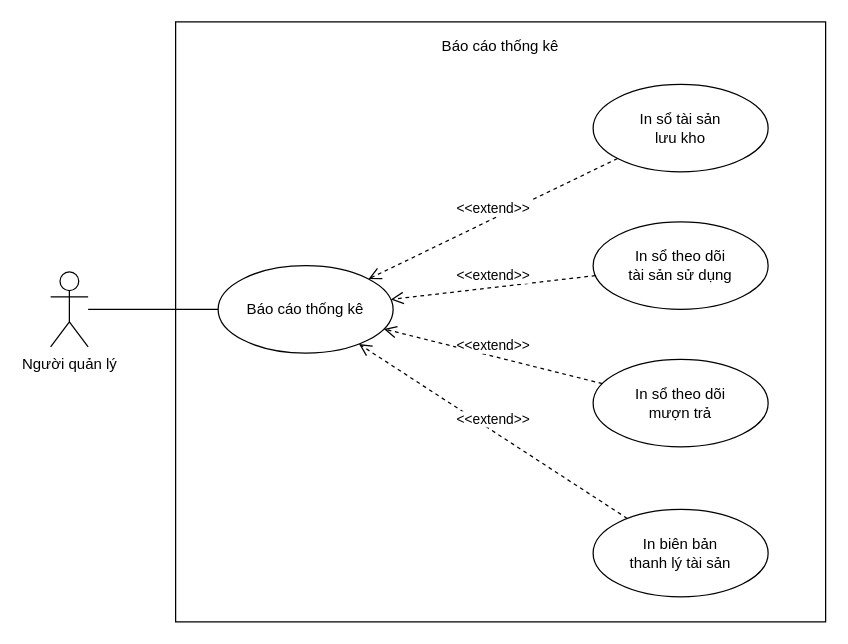
This is page "BCThongKe" (3 of 5) of PJ 2B usecase diagram.drawio from LocalHost127000/OODA, a draw.io file, before an edit. Source tidied: cells renumbered, new cells numbered last; positions are measured from the earlier drawing's top-left corner, leaving out a move shared by most shapes. Both pictures are drawn from the tidied source at 125%, with x=0, y=0 at pixel (50, 21).
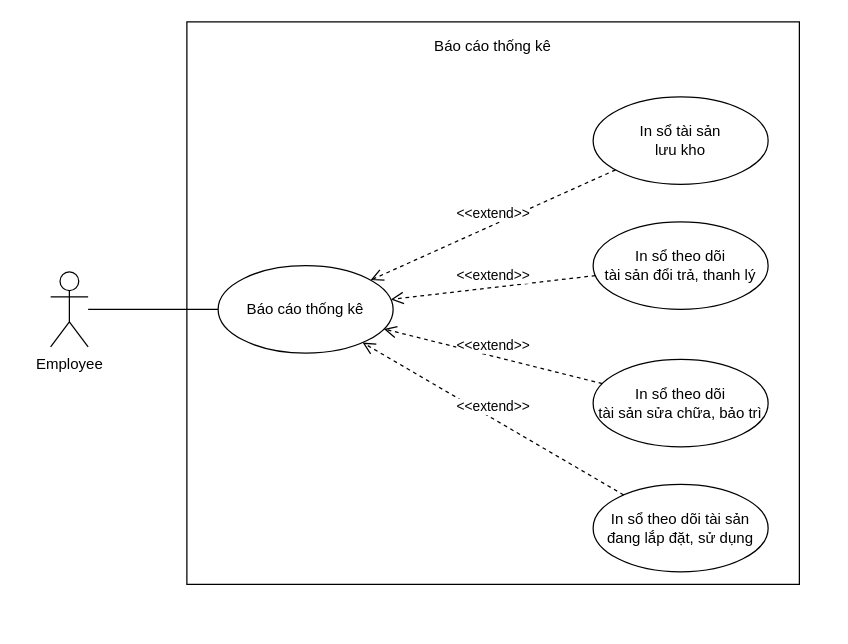
The same diagram, later.

Change to the diagram source:
```diff
@@
 <mxGraphModel>
   <root>
     <mxCell id="0" />
     <mxCell id="1" parent="0" />
     <mxCell id="2" style="rounded=0;whiteSpace=wrap;html=1;fillColor=none;" parent="1" vertex="1">
-      <mxGeometry x="100" width="520" height="480" as="geometry" />
+      <mxGeometry x="109" width="490" height="450" as="geometry" />
     </mxCell>
     <mxCell id="3" value="In sổ tài sản&lt;br&gt;lưu kho" style="ellipse;whiteSpace=wrap;html=1;" parent="1" vertex="1">
-      <mxGeometry x="434" y="50" width="140" height="70" as="geometry" />
+      <mxGeometry x="434" y="60" width="140" height="70" as="geometry" />
     </mxCell>
-    <mxCell id="4" value="In sổ theo dõi &lt;br&gt;tài sản sử dụng" style="ellipse;whiteSpace=wrap;html=1;" parent="1" vertex="1">
+    <mxCell id="4" value="In sổ theo dõi &lt;br&gt;tài sản đổi trả, thanh lý" style="ellipse;whiteSpace=wrap;html=1;" parent="1" vertex="1">
       <mxGeometry x="434" y="160" width="140" height="70" as="geometry" />
     </mxCell>
-    <mxCell id="5" value="In sổ theo dõi&lt;br&gt;mượn trả" style="ellipse;whiteSpace=wrap;html=1;" parent="1" vertex="1">
+    <mxCell id="5" value="In sổ theo dõi&lt;br&gt;tài sản sửa chữa, bảo trì" style="ellipse;whiteSpace=wrap;html=1;" parent="1" vertex="1">
       <mxGeometry x="434" y="270" width="140" height="70" as="geometry" />
     </mxCell>
-    <mxCell id="6" value="In biên bản&lt;br&gt;thanh lý tài sản" style="ellipse;whiteSpace=wrap;html=1;" parent="1" vertex="1">
-      <mxGeometry x="434" y="390" width="140" height="70" as="geometry" />
+    <mxCell id="6" value="In sổ theo dõi tài sản đang lắp đặt, sử dụng" style="ellipse;whiteSpace=wrap;html=1;" parent="1" vertex="1">
+      <mxGeometry x="434" y="370" width="140" height="70" as="geometry" />
     </mxCell>
     <mxCell id="7" value="Báo cáo thống kê" style="ellipse;whiteSpace=wrap;html=1;fillColor=none;" parent="1" vertex="1">
       <mxGeometry x="134" y="195" width="140" height="70" as="geometry" />
     </mxCell>
     <mxCell id="8" value="&amp;lt;&amp;lt;extend&amp;gt;&amp;gt;" style="html=1;verticalAlign=bottom;endArrow=open;dashed=1;endSize=8;strokeWidth=1;" parent="1" edge="1" source="3" target="7">
       <mxGeometry relative="1" as="geometry" />
     </mxCell>
     <mxCell id="9" value="&amp;lt;&amp;lt;extend&amp;gt;&amp;gt;" style="html=1;verticalAlign=bottom;endArrow=open;dashed=1;endSize=8;strokeWidth=1;" parent="1" edge="1" source="4" target="7">
       <mxGeometry relative="1" as="geometry" />
     </mxCell>
     <mxCell id="10" value="&amp;lt;&amp;lt;extend&amp;gt;&amp;gt;" style="html=1;verticalAlign=bottom;endArrow=open;dashed=1;endSize=8;strokeWidth=1;" parent="1" edge="1" source="5" target="7">
       <mxGeometry relative="1" as="geometry" />
     </mxCell>
     <mxCell id="11" value="&amp;lt;&amp;lt;extend&amp;gt;&amp;gt;" style="html=1;verticalAlign=bottom;endArrow=open;dashed=1;endSize=8;strokeWidth=1;" parent="1" edge="1" source="6" target="7">
       <mxGeometry relative="1" as="geometry" />
     </mxCell>
     <mxCell id="12" style="edgeStyle=orthogonalEdgeStyle;rounded=0;jettySize=auto;html=1;endArrow=none;endFill=0;" parent="1" edge="1" source="13" target="7">
       <mxGeometry relative="1" as="geometry" />
     </mxCell>
-    <mxCell id="13" value="Người quản lý" style="shape=umlActor;verticalLabelPosition=bottom;verticalAlign=top;html=1;outlineConnect=0;" parent="1" vertex="1">
+    <mxCell id="13" value="Employee" style="shape=umlActor;verticalLabelPosition=bottom;verticalAlign=top;html=1;outlineConnect=0;" parent="1" vertex="1">
       <mxGeometry y="200" width="30" height="60" as="geometry" />
     </mxCell>
     <mxCell id="14" value="Báo cáo thống kê" style="text;html=1;strokeColor=none;fillColor=none;align=center;verticalAlign=middle;whiteSpace=wrap;rounded=0;" parent="1" vertex="1">
-      <mxGeometry x="230" y="10" width="260" height="20" as="geometry" />
+      <mxGeometry x="224" y="10" width="260" height="20" as="geometry" />
     </mxCell>
   </root>
 </mxGraphModel>
```
